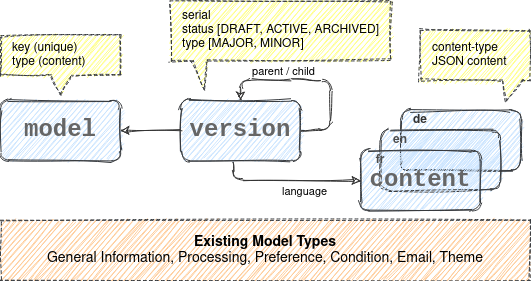
Above: assets/images/model-structure.png in fairandsmart/right-consent (draw.io), before the change. Source tidied: cells renumbered, new cells last; positions are measured from the earlier drawing's top-left corner, leaving out a move shared by most shapes.
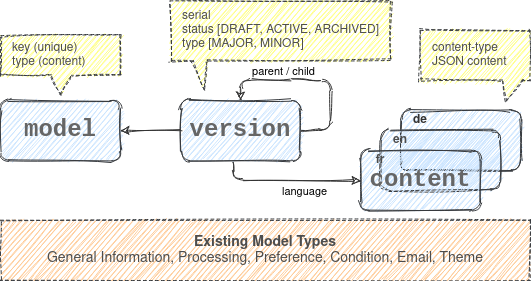
Later version of the same file.

Commit message:
update lifecycle & structure

The edit, as a diff of the source:
```diff
@@ -56,16 +56,16 @@
     <mxCell id="14" style="endArrow=classic;html=1;strokeColor=#333333;strokeWidth=1;exitX=0;exitY=0.5;exitDx=0;exitDy=0;entryX=1;entryY=0.5;entryDx=0;entryDy=0;sketch=1;" parent="1" edge="1" source="4" target="13">
       <mxGeometry relative="1" as="geometry" />
     </mxCell>
-    <mxCell id="15" value="&lt;div&gt;key (unique)&lt;br&gt;&lt;/div&gt;&lt;div&gt;type (content)&lt;br&gt;&lt;/div&gt;" style="shape=callout;whiteSpace=wrap;html=1;perimeter=calloutPerimeter;rounded=0;dashed=1;align=left;position2=0.5;size=20;position=0.42;flipV=0;base=20;spacingLeft=10;spacingRight=10;fillColor=#ffff88;strokeColor=#36393d;sketch=1;" parent="1" vertex="1">
+    <mxCell id="15" value="&lt;div&gt;&lt;font color=&quot;#4D4D4D&quot;&gt;key (unique)&lt;br&gt;&lt;/font&gt;&lt;/div&gt;&lt;div&gt;&lt;font color=&quot;#4D4D4D&quot;&gt;type (content)&lt;br&gt;&lt;/font&gt;&lt;/div&gt;" style="shape=callout;whiteSpace=wrap;html=1;perimeter=calloutPerimeter;rounded=0;dashed=1;align=left;position2=0.5;size=20;position=0.42;flipV=0;base=20;spacingLeft=10;spacingRight=10;fillColor=#ffff88;strokeColor=#36393d;sketch=1;" parent="1" vertex="1">
       <mxGeometry y="35" width="120" height="60" as="geometry" />
     </mxCell>
-    <mxCell id="16" value="&lt;div&gt;serial&lt;/div&gt;&lt;div&gt;status [DRAFT, ACTIVE, ARCHIVED]&lt;br&gt;&lt;/div&gt;&lt;div&gt;type [MAJOR, MINOR]&lt;br&gt;&lt;/div&gt;" style="shape=callout;whiteSpace=wrap;html=1;perimeter=calloutPerimeter;rounded=0;dashed=1;align=left;position2=0.15;size=30;position=0.1;flipV=0;base=14;spacingLeft=10;spacingRight=10;fillColor=#ffff88;strokeColor=#36393d;sketch=1;" parent="1" vertex="1">
+    <mxCell id="16" value="&lt;div&gt;&lt;font color=&quot;#4D4D4D&quot;&gt;serial&lt;/font&gt;&lt;/div&gt;&lt;div&gt;&lt;font color=&quot;#4D4D4D&quot;&gt;status [DRAFT, ACTIVE, ARCHIVED]&lt;br&gt;&lt;/font&gt;&lt;/div&gt;&lt;div&gt;&lt;font color=&quot;#4D4D4D&quot;&gt;type [MAJOR, MINOR]&lt;br&gt;&lt;/font&gt;&lt;/div&gt;" style="shape=callout;whiteSpace=wrap;html=1;perimeter=calloutPerimeter;rounded=0;dashed=1;align=left;position2=0.15;size=30;position=0.1;flipV=0;base=14;spacingLeft=10;spacingRight=10;fillColor=#ffff88;strokeColor=#36393d;sketch=1;" parent="1" vertex="1">
       <mxGeometry x="170" width="220" height="90" as="geometry" />
     </mxCell>
-    <mxCell id="17" value="&lt;div&gt;content-type&lt;br&gt;&lt;/div&gt;&lt;div&gt;JSON content&lt;/div&gt;" style="shape=callout;whiteSpace=wrap;html=1;perimeter=calloutPerimeter;rounded=0;dashed=1;align=left;position2=0.78;size=20;position=0.74;flipV=0;base=20;spacingLeft=10;spacingRight=10;fillColor=#ffff88;strokeColor=#36393d;sketch=1;" parent="1" vertex="1">
+    <mxCell id="17" value="&lt;div&gt;&lt;font color=&quot;#4D4D4D&quot;&gt;content-type&lt;br&gt;&lt;/font&gt;&lt;/div&gt;&lt;div&gt;&lt;font color=&quot;#4D4D4D&quot;&gt;JSON content&lt;/font&gt;&lt;/div&gt;" style="shape=callout;whiteSpace=wrap;html=1;perimeter=calloutPerimeter;rounded=0;dashed=1;align=left;position2=0.78;size=20;position=0.74;flipV=0;base=20;spacingLeft=10;spacingRight=10;fillColor=#ffff88;strokeColor=#36393d;sketch=1;" parent="1" vertex="1">
       <mxGeometry x="420" y="30" width="110" height="70" as="geometry" />
     </mxCell>
-    <mxCell id="18" value="&lt;div style=&quot;font-size: 14px&quot; align=&quot;center&quot;&gt;&lt;font style=&quot;font-size: 14px&quot;&gt;&lt;b&gt;Existing Model Types&lt;/b&gt;&lt;br&gt;&lt;/font&gt;&lt;/div&gt;&lt;div style=&quot;font-size: 14px&quot; align=&quot;center&quot;&gt;&lt;font style=&quot;font-size: 14px&quot;&gt;General Information, Processing, Preference, Condition, Email, Theme&lt;/font&gt;&lt;br&gt;&lt;/div&gt;" style="rounded=0;whiteSpace=wrap;html=1;dashed=1;align=center;fillColor=#ffcc99;strokeColor=#36393d;sketch=1;" parent="1" vertex="1">
+    <mxCell id="18" value="&lt;div style=&quot;font-size: 14px&quot; align=&quot;center&quot;&gt;&lt;font style=&quot;font-size: 14px&quot; color=&quot;#4D4D4D&quot;&gt;&lt;b&gt;Existing Model Types&lt;/b&gt;&lt;br&gt;&lt;/font&gt;&lt;/div&gt;&lt;div style=&quot;font-size: 14px&quot; align=&quot;center&quot;&gt;&lt;font style=&quot;font-size: 14px&quot; color=&quot;#4D4D4D&quot;&gt;General Information, Processing, Preference, Condition, Email, Theme&lt;/font&gt;&lt;font color=&quot;#4D4D4D&quot;&gt;&lt;br&gt;&lt;/font&gt;&lt;/div&gt;" style="rounded=0;whiteSpace=wrap;html=1;dashed=1;align=center;fillColor=#ffcc99;strokeColor=#36393d;sketch=1;" parent="1" vertex="1">
       <mxGeometry y="220" width="530" height="60" as="geometry" />
     </mxCell>
   </root>
```
